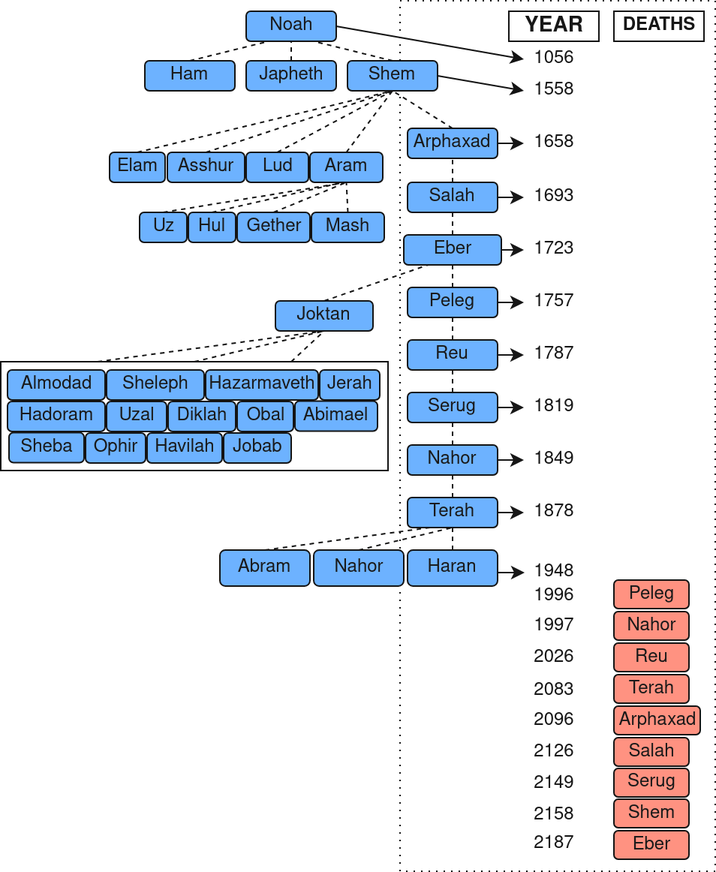
Before: images/genealogies/shems_genealogy.png, a diagram exported from draw.io (torodean/bible-notes). Source tidied: cells renumbered, new cells last; positions are measured from the earlier drawing's top-left corner, leaving out a move shared by most shapes.
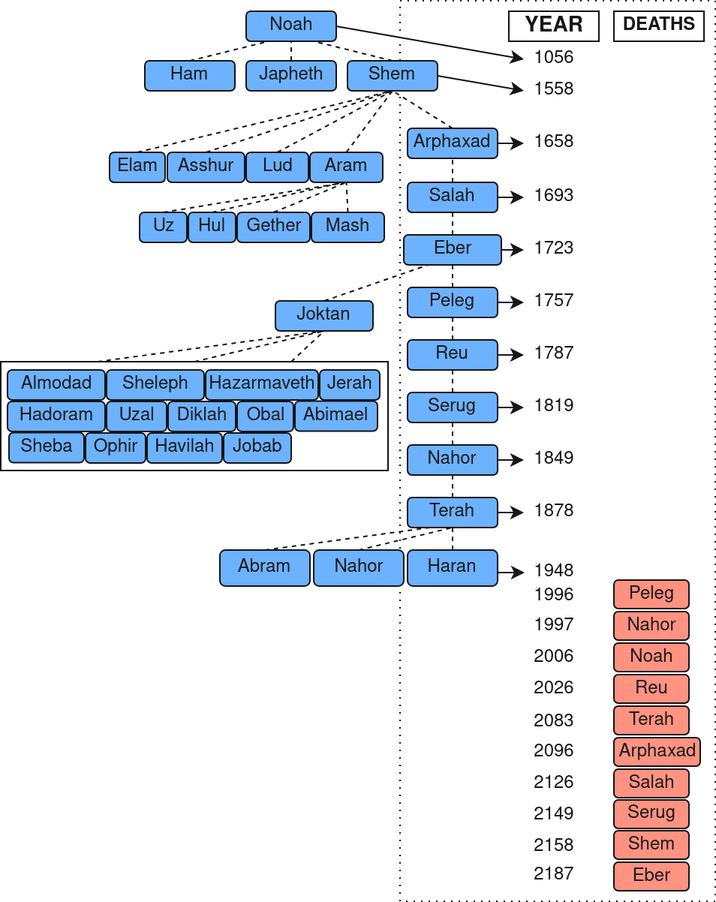
Above is the later version.

Diff of the diagram source:
```diff
@@ -3,7 +3,7 @@
     <mxCell id="0" />
     <mxCell id="1" parent="0" />
     <mxCell id="2" style="rounded=0;whiteSpace=wrap;html=1;fillColor=none;dashed=1;dashPattern=1 4;strokeColor=light-dark(#000000,#141414);" parent="1" vertex="1">
-      <mxGeometry x="266" width="210" height="580" as="geometry" />
+      <mxGeometry x="266" width="210" height="600" as="geometry" />
     </mxCell>
     <mxCell id="3" style="rounded=0;whiteSpace=wrap;html=1;fillColor=none;strokeColor=light-dark(#000000,#141414);" parent="1" vertex="1">
       <mxGeometry y="240.5" width="258" height="72.5" as="geometry" />
@@ -84,7 +84,7 @@
       <mxGeometry relative="1" as="geometry" />
     </mxCell>
     <mxCell id="29" value="Arphaxad" style="rounded=1;whiteSpace=wrap;html=1;fillColor=#e51400;fontColor=light-dark(#000000,#1A1A1A);strokeColor=light-dark(#000000,#141414);align=center;" parent="1" vertex="1">
-      <mxGeometry x="408.5" y="470" width="57.5" height="19" as="geometry" />
+      <mxGeometry x="408.5" y="491" width="57.5" height="19" as="geometry" />
     </mxCell>
     <mxCell id="30" style="endArrow=classic;html=1;rounded=0;exitX=1;exitY=0.5;exitDx=0;exitDy=0;strokeColor=light-dark(#000000,#171717);fontColor=light-dark(#000000,#E9E9E9);" parent="1" edge="1" source="16" target="18">
       <mxGeometry relative="1" as="geometry" />
@@ -153,48 +153,48 @@
       <mxGeometry relative="1" as="geometry" />
     </mxCell>
     <mxCell id="51" value="Shem" style="rounded=1;whiteSpace=wrap;html=1;fillColor=#e51400;fontColor=light-dark(#000000,#1A1A1A);strokeColor=light-dark(#000000,#141414);align=center;" parent="1" vertex="1">
-      <mxGeometry x="408.5" y="532" width="50" height="19" as="geometry" />
+      <mxGeometry x="408.5" y="553" width="50" height="19" as="geometry" />
     </mxCell>
     <mxCell id="52" style="endArrow=classic;html=1;rounded=0;entryX=1;entryY=0.5;entryDx=0;entryDy=0;exitX=0;exitY=0.5;exitDx=0;exitDy=0;strokeColor=none;fontColor=light-dark(#000000,#E9E9E9);" parent="1" edge="1" source="51">
       <mxGeometry relative="1" as="geometry">
-        <mxPoint x="388.5" y="542" as="targetPoint" />
+        <mxPoint x="388.5" y="563" as="targetPoint" />
       </mxGeometry>
     </mxCell>
     <mxCell id="53" value="&lt;div&gt;2158&lt;/div&gt;" style="text;html=1;align=center;verticalAlign=middle;whiteSpace=wrap;rounded=0;strokeColor=none;fontColor=light-dark(#000000,#171717);" parent="1" vertex="1">
-      <mxGeometry x="348.5" y="533" width="40" height="20" as="geometry" />
+      <mxGeometry x="348.5" y="554" width="40" height="20" as="geometry" />
     </mxCell>
     <mxCell id="54" value="2096" style="text;html=1;align=center;verticalAlign=middle;whiteSpace=wrap;rounded=0;strokeColor=none;fontColor=light-dark(#000000,#171717);" parent="1" vertex="1">
-      <mxGeometry x="348.5" y="470" width="40" height="20" as="geometry" />
+      <mxGeometry x="348.5" y="491" width="40" height="20" as="geometry" />
     </mxCell>
     <mxCell id="55" value="2126" style="text;html=1;align=center;verticalAlign=middle;whiteSpace=wrap;rounded=0;strokeColor=none;fontColor=light-dark(#000000,#171717);" parent="1" vertex="1">
-      <mxGeometry x="348.5" y="490.5" width="40" height="20" as="geometry" />
+      <mxGeometry x="348.5" y="511.5" width="40" height="20" as="geometry" />
     </mxCell>
     <mxCell id="56" value="1996" style="text;html=1;align=center;verticalAlign=middle;whiteSpace=wrap;rounded=0;strokeColor=none;fontColor=light-dark(#000000,#171717);" parent="1" vertex="1">
       <mxGeometry x="348.5" y="387" width="40" height="20" as="geometry" />
     </mxCell>
     <mxCell id="57" value="2026" style="text;html=1;align=center;verticalAlign=middle;whiteSpace=wrap;rounded=0;strokeColor=none;fontColor=light-dark(#000000,#171717);" parent="1" vertex="1">
-      <mxGeometry x="348.5" y="428" width="40" height="20" as="geometry" />
+      <mxGeometry x="348.5" y="449" width="40" height="20" as="geometry" />
     </mxCell>
     <mxCell id="58" value="2149" style="text;html=1;align=center;verticalAlign=middle;whiteSpace=wrap;rounded=0;strokeColor=none;fontColor=light-dark(#000000,#171717);" parent="1" vertex="1">
-      <mxGeometry x="348.5" y="511.5" width="40" height="20" as="geometry" />
+      <mxGeometry x="348.5" y="532.5" width="40" height="20" as="geometry" />
     </mxCell>
     <mxCell id="59" value="1997" style="text;html=1;align=center;verticalAlign=middle;whiteSpace=wrap;rounded=0;strokeColor=none;fontColor=light-dark(#000000,#171717);" parent="1" vertex="1">
       <mxGeometry x="348.5" y="407" width="40" height="20" as="geometry" />
     </mxCell>
     <mxCell id="60" value="&lt;div&gt;Salah&lt;/div&gt;" style="rounded=1;whiteSpace=wrap;html=1;fillColor=#e51400;fontColor=light-dark(#000000,#1A1A1A);strokeColor=light-dark(#000000,#141414);align=center;" parent="1" vertex="1">
-      <mxGeometry x="408.5" y="491" width="50" height="19" as="geometry" />
+      <mxGeometry x="408.5" y="512" width="50" height="19" as="geometry" />
     </mxCell>
     <mxCell id="61" style="endArrow=classic;html=1;rounded=0;exitX=0;exitY=0.5;exitDx=0;exitDy=0;strokeColor=none;fontColor=light-dark(#000000,#E9E9E9);entryX=1;entryY=0.5;entryDx=0;entryDy=0;" parent="1" edge="1" source="60" target="55">
       <mxGeometry relative="1" as="geometry" />
     </mxCell>
     <mxCell id="62" value="Eber" style="rounded=1;whiteSpace=wrap;html=1;fillColor=#e51400;fontColor=light-dark(#000000,#1A1A1A);strokeColor=light-dark(#000000,#141414);align=center;" parent="1" vertex="1">
-      <mxGeometry x="408.5" y="553" width="50" height="19" as="geometry" />
+      <mxGeometry x="408.5" y="574" width="50" height="19" as="geometry" />
     </mxCell>
     <mxCell id="63" style="endArrow=classic;html=1;rounded=0;entryX=1;entryY=0.5;entryDx=0;entryDy=0;exitX=0;exitY=0.5;exitDx=0;exitDy=0;strokeColor=none;fontColor=light-dark(#000000,#E9E9E9);" parent="1" edge="1" source="62" target="64">
       <mxGeometry relative="1" as="geometry" />
     </mxCell>
     <mxCell id="64" value="&lt;div&gt;2187&lt;/div&gt;" style="text;html=1;align=center;verticalAlign=middle;whiteSpace=wrap;rounded=0;strokeColor=none;fontColor=light-dark(#000000,#171717);" parent="1" vertex="1">
-      <mxGeometry x="348.5" y="552" width="40" height="20" as="geometry" />
+      <mxGeometry x="348.5" y="573" width="40" height="20" as="geometry" />
     </mxCell>
     <mxCell id="65" value="Peleg" style="rounded=1;whiteSpace=wrap;html=1;fillColor=#e51400;fontColor=light-dark(#000000,#1A1A1A);strokeColor=light-dark(#000000,#141414);align=center;" parent="1" vertex="1">
       <mxGeometry x="408.5" y="386" width="50" height="19" as="geometry" />
@@ -205,13 +205,13 @@
       </mxGeometry>
     </mxCell>
     <mxCell id="67" value="Reu" style="rounded=1;whiteSpace=wrap;html=1;fillColor=#e51400;fontColor=light-dark(#000000,#1A1A1A);strokeColor=light-dark(#000000,#141414);align=center;" parent="1" vertex="1">
-      <mxGeometry x="408.5" y="428" width="50" height="19" as="geometry" />
+      <mxGeometry x="408.5" y="449" width="50" height="19" as="geometry" />
     </mxCell>
     <mxCell id="68" style="endArrow=classic;html=1;rounded=0;entryX=1;entryY=0.5;entryDx=0;entryDy=0;exitX=0;exitY=0.5;exitDx=0;exitDy=0;strokeColor=none;fontColor=light-dark(#000000,#E9E9E9);" parent="1" edge="1" source="67" target="57">
       <mxGeometry relative="1" as="geometry" />
     </mxCell>
     <mxCell id="69" value="Serug" style="rounded=1;whiteSpace=wrap;html=1;fillColor=#e51400;fontColor=light-dark(#000000,#1A1A1A);strokeColor=light-dark(#000000,#141414);align=center;" parent="1" vertex="1">
-      <mxGeometry x="408.5" y="511.5" width="50" height="19" as="geometry" />
+      <mxGeometry x="408.5" y="532.5" width="50" height="19" as="geometry" />
     </mxCell>
     <mxCell id="70" style="endArrow=classic;html=1;rounded=0;entryX=1;entryY=0.5;entryDx=0;entryDy=0;exitX=0;exitY=0.5;exitDx=0;exitDy=0;strokeColor=none;fontColor=light-dark(#000000,#E9E9E9);" parent="1" edge="1" source="69" target="58">
       <mxGeometry relative="1" as="geometry" />
@@ -223,15 +223,15 @@
       <mxGeometry relative="1" as="geometry" />
     </mxCell>
     <mxCell id="73" value="Terah" style="rounded=1;whiteSpace=wrap;html=1;fillColor=#e51400;fontColor=light-dark(#000000,#1A1A1A);strokeColor=light-dark(#000000,#141414);align=center;" parent="1" vertex="1">
-      <mxGeometry x="408.5" y="449" width="50" height="19" as="geometry" />
+      <mxGeometry x="408.5" y="470" width="50" height="19" as="geometry" />
     </mxCell>
     <mxCell id="74" style="endArrow=classic;html=1;rounded=0;entryX=1;entryY=0.5;entryDx=0;entryDy=0;exitX=0;exitY=0.5;exitDx=0;exitDy=0;strokeColor=none;fontColor=light-dark(#000000,#E9E9E9);" parent="1" edge="1" source="73">
       <mxGeometry relative="1" as="geometry">
-        <mxPoint x="388.5" y="459" as="targetPoint" />
+        <mxPoint x="388.5" y="480" as="targetPoint" />
       </mxGeometry>
     </mxCell>
     <mxCell id="75" value="&lt;div&gt;2083&lt;/div&gt;" style="text;html=1;align=center;verticalAlign=middle;whiteSpace=wrap;rounded=0;strokeColor=none;fontColor=light-dark(#000000,#171717);" parent="1" vertex="1">
-      <mxGeometry x="348.5" y="450" width="40" height="20" as="geometry" />
+      <mxGeometry x="348.5" y="471" width="40" height="20" as="geometry" />
     </mxCell>
     <mxCell id="76" value="Noah" style="rounded=1;whiteSpace=wrap;html=1;fillColor=#0050ef;fontColor=light-dark(#000000,#1A1A1A);strokeColor=light-dark(#000000,#141414);glass=0;shadow=0;" parent="1" vertex="1">
       <mxGeometry x="163.5" y="7" width="60" height="20" as="geometry" />
@@ -359,5 +359,14 @@
     <mxCell id="117" style="endArrow=none;dashed=1;html=1;rounded=0;exitX=0.75;exitY=0;exitDx=0;exitDy=0;strokeColor=light-dark(#000000,#141414);entryX=0.5;entryY=1;entryDx=0;entryDy=0;fontColor=light-dark(#000000,#1A1A1A);" parent="1" edge="1" source="3" target="97">
       <mxGeometry relative="1" as="geometry" />
     </mxCell>
+    <mxCell id="118" value="&lt;div&gt;2006&lt;/div&gt;" style="text;html=1;align=center;verticalAlign=middle;whiteSpace=wrap;rounded=0;strokeColor=none;fontColor=light-dark(#000000,#171717);" parent="1" vertex="1">
+      <mxGeometry x="348.5" y="428" width="40" height="20" as="geometry" />
+    </mxCell>
+    <mxCell id="119" value="Noah" style="rounded=1;whiteSpace=wrap;html=1;fillColor=#e51400;fontColor=light-dark(#000000,#1A1A1A);strokeColor=light-dark(#000000,#141414);align=center;" parent="1" vertex="1">
+      <mxGeometry x="408.5" y="428" width="50" height="19" as="geometry" />
+    </mxCell>
+    <mxCell id="120" style="endArrow=classic;html=1;rounded=0;entryX=1;entryY=0.5;entryDx=0;entryDy=0;exitX=0;exitY=0.5;exitDx=0;exitDy=0;strokeColor=none;fontColor=light-dark(#000000,#E9E9E9);" parent="1" edge="1" source="119" target="118">
+      <mxGeometry relative="1" as="geometry" />
+    </mxCell>
   </root>
 </mxGraphModel>
```
